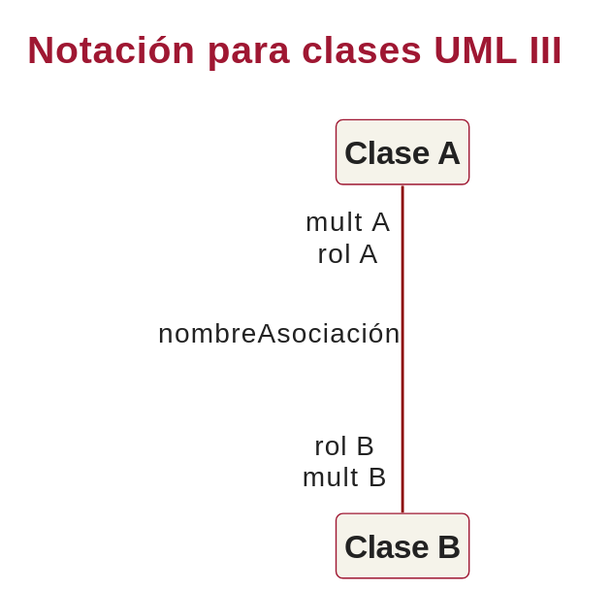
Before: assets/slides/iissi1/t6-introduccion-al-modelado-conceptual/puml/dc-notacion-clases-uml-III.svg, a diagram exported from PlantUML (IISSI-US/web).
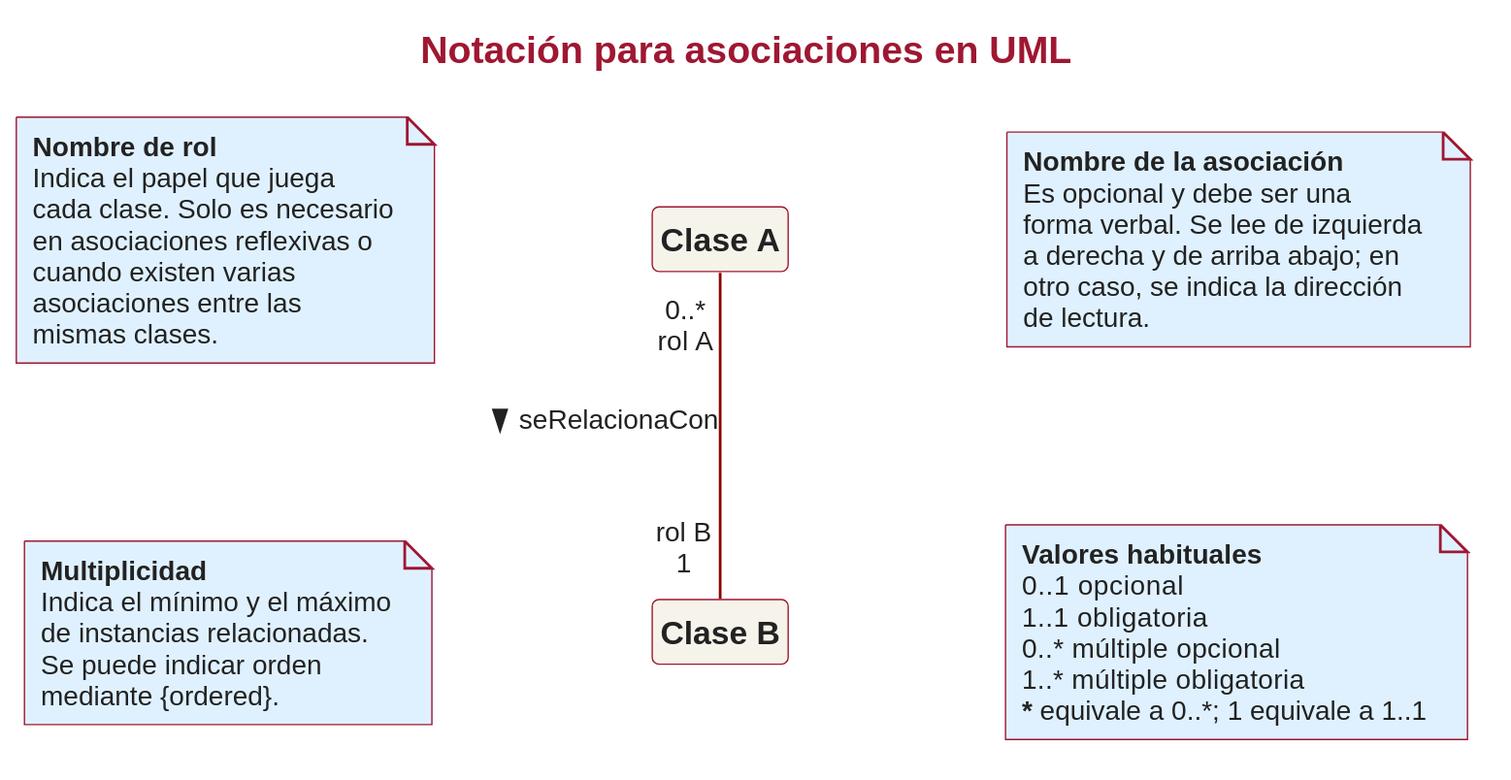
After the commit.

The edit, as a diff of the source:
```diff
@@ -1,6 +1,52 @@
 @startuml
-title Notación para clases UML III
+title Notación para asociaciones en UML
 !include ../../puml/teoria.iuml
 
-"Clase A" "mult A\nrol A" --- "rol B\nmult B" "Clase B" : nombreAsociación
+class "Clase A" as ClaseA
+class "Clase B" as ClaseB
+
+ClaseA "0..*\nrol A" -- "rol B\n1" ClaseB : seRelacionaCon >
+
+note as NotaRol
+  <b>Nombre de rol</b>
+  Indica el papel que juega
+  cada clase. Solo es necesario
+  en asociaciones reflexivas o
+  cuando existen varias
+  asociaciones entre las
+  mismas clases.
+end note
+
+note as NotaAsociacion
+  <b>Nombre de la asociación</b>
+  Es opcional y debe ser una
+  forma verbal. Se lee de izquierda
+  a derecha y de arriba abajo; en
+  otro caso, se indica la dirección
+  de lectura.
+end note
+
+note as NotaMultiplicidad
+  <b>Multiplicidad</b>
+  Indica el mínimo y el máximo
+  de instancias relacionadas.
+  Se puede indicar orden
+  mediante {ordered}.
+end note
+
+note as NotaValores
+  <b>Valores habituales</b>
+  0..1  opcional
+  1..1  obligatoria
+  0..*  múltiple opcional
+  1..*  múltiple obligatoria
+  <b>*</b> equivale a 0..*; 1 equivale a 1..1
+end note
+
+NotaRol -[hidden]right- ClaseA
+ClaseA -[hidden]right- NotaAsociacion
+NotaMultiplicidad -[hidden]right- ClaseB
+ClaseB -[hidden]right- NotaValores
+NotaRol -[hidden]down- NotaMultiplicidad
+NotaAsociacion -[hidden]down- NotaValores
 @enduml
```
